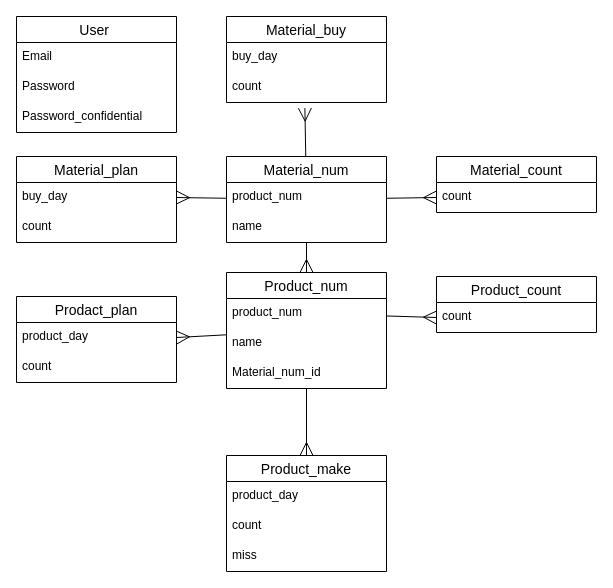
kohei0517/PMapp keeps this draw.io diagram as ER.dio. Above is the earlier version. Source tidied: cells renumbered, new cells numbered last; positions are measured from the earlier drawing's top-left corner, leaving out a move shared by most shapes. Both pictures are drawn from the tidied source at 100%, with x=0, y=0 at pixel (16, 16).
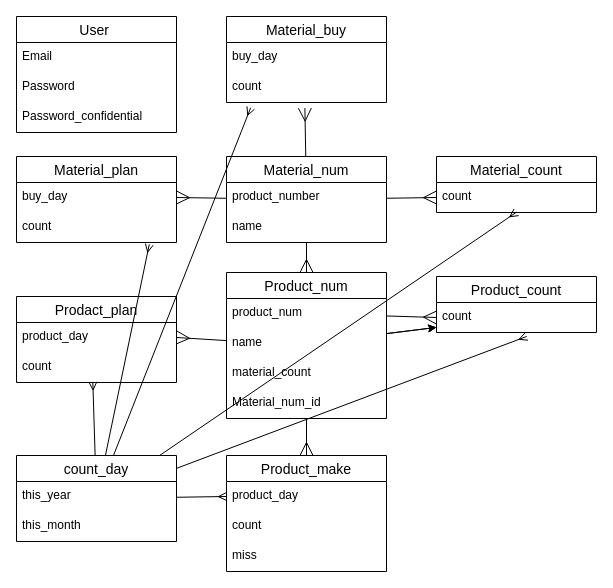
The same diagram, later.

Unchanged cells that the change refers to:
```xml
<mxCell id="8" value="count" style="text;strokeColor=none;fillColor=none;spacingLeft=4;spacingRight=4;overflow=hidden;points=[[0,0.5],[1,0.5]];portConstraint=eastwest;fontSize=12;" parent="6" vertex="1">
  <mxGeometry y="56" width="160" height="30" as="geometry" />
</mxCell>
<mxCell id="11" value="count" style="text;strokeColor=none;fillColor=none;spacingLeft=4;spacingRight=4;overflow=hidden;points=[[0,0.5],[1,0.5]];portConstraint=eastwest;fontSize=12;" parent="9" vertex="1">
  <mxGeometry y="56" width="160" height="30" as="geometry" />
</mxCell>
<mxCell id="16" value="Material_num" style="swimlane;fontStyle=0;horizontal=1;startSize=26;align=center;fontSize=14;" parent="1" vertex="1">
  <mxGeometry x="210" y="140" width="160" height="86" as="geometry" />
</mxCell>
<mxCell id="23" value="name" style="text;strokeColor=none;fillColor=none;spacingLeft=4;spacingRight=4;overflow=hidden;points=[[0,0.5],[1,0.5]];portConstraint=eastwest;fontSize=12;" parent="21" vertex="1">
  <mxGeometry y="56" width="160" height="30" as="geometry" />
</mxCell>
<mxCell id="26" value="count" style="text;strokeColor=none;fillColor=none;spacingLeft=4;spacingRight=4;overflow=hidden;points=[[0,0.5],[1,0.5]];portConstraint=eastwest;fontSize=12;" parent="25" vertex="1">
  <mxGeometry y="26" width="160" height="30" as="geometry" />
</mxCell>
<mxCell id="28" value="count" style="text;strokeColor=none;fillColor=none;spacingLeft=4;spacingRight=4;overflow=hidden;points=[[0,0.5],[1,0.5]];portConstraint=eastwest;fontSize=12;" parent="27" vertex="1">
  <mxGeometry y="26" width="160" height="30" as="geometry" />
</mxCell>
<mxCell id="32" value="count" style="text;strokeColor=none;fillColor=none;spacingLeft=4;spacingRight=4;overflow=hidden;points=[[0,0.5],[1,0.5]];portConstraint=eastwest;fontSize=12;" parent="30" vertex="1">
  <mxGeometry y="56" width="160" height="30" as="geometry" />
</mxCell>
<mxCell id="34" value="product_day" style="text;strokeColor=none;fillColor=none;spacingLeft=4;spacingRight=4;overflow=hidden;points=[[0,0.5],[1,0.5]];portConstraint=eastwest;fontSize=12;" parent="33" vertex="1">
  <mxGeometry y="26" width="160" height="30" as="geometry" />
</mxCell>
```

What changed in the source:
```diff
@@
-    <mxCell id="17" value="product_num" style="text;strokeColor=none;fillColor=none;spacingLeft=4;spacingRight=4;overflow=hidden;fontSize=12;" parent="16" vertex="1">
+    <mxCell id="17" value="product_number" style="text;strokeColor=none;fillColor=none;spacingLeft=4;spacingRight=4;overflow=hidden;fontSize=12;" parent="16" vertex="1">
       <mxGeometry y="26" width="160" height="30" as="geometry" />
     </mxCell>
@@
     <mxCell id="21" value="Product_num" style="swimlane;fontStyle=0;horizontal=1;startSize=26;align=center;fontSize=14;" parent="1" vertex="1">
-      <mxGeometry x="210" y="256" width="160" height="116" as="geometry" />
+      <mxGeometry x="210" y="256" width="160" height="146" as="geometry" />
     </mxCell>
@@
-    <mxCell id="24" value="Material_num_id" style="text;strokeColor=none;fillColor=none;spacingLeft=4;spacingRight=4;overflow=hidden;fontSize=12;" parent="21" vertex="1">
+    <mxCell id="24" value="material_count" style="text;strokeColor=none;fillColor=none;spacingLeft=4;spacingRight=4;overflow=hidden;fontSize=12;" parent="21" vertex="1">
       <mxGeometry y="86" width="160" height="30" as="geometry" />
     </mxCell>
+    <mxCell id="37" value="Material_num_id" style="text;strokeColor=none;fillColor=none;spacingLeft=4;spacingRight=4;overflow=hidden;fontSize=12;" parent="21" vertex="1">
+      <mxGeometry y="116" width="160" height="30" as="geometry" />
+    </mxCell>
@@
+    <mxCell id="38" style="edgeStyle=none;html=1;entryX=0.477;entryY=0.98;entryDx=0;entryDy=0;entryPerimeter=0;endArrow=ERmany;endFill=0;" parent="1" edge="1" source="44" target="11">
+      <mxGeometry relative="1" as="geometry" />
+    </mxCell>
+    <mxCell id="39" style="edgeStyle=none;html=1;entryX=0.83;entryY=1.06;entryDx=0;entryDy=0;entryPerimeter=0;endArrow=ERmany;endFill=0;" parent="1" edge="1" source="44" target="8">
+      <mxGeometry relative="1" as="geometry" />
+    </mxCell>
+    <mxCell id="40" style="edgeStyle=none;html=1;entryX=0.151;entryY=1.176;entryDx=0;entryDy=0;entryPerimeter=0;endArrow=ERmany;endFill=0;" parent="1" edge="1" source="44" target="32">
+      <mxGeometry relative="1" as="geometry" />
+    </mxCell>
+    <mxCell id="41" style="edgeStyle=none;html=1;entryX=0.499;entryY=0.993;entryDx=0;entryDy=0;entryPerimeter=0;endArrow=ERmany;endFill=0;" parent="1" edge="1" source="44" target="26">
+      <mxGeometry relative="1" as="geometry" />
+    </mxCell>
+    <mxCell id="42" style="edgeStyle=none;html=1;entryX=0.563;entryY=1.133;entryDx=0;entryDy=0;entryPerimeter=0;endArrow=ERmany;endFill=0;" parent="1" edge="1" source="44" target="28">
+      <mxGeometry relative="1" as="geometry" />
+    </mxCell>
+    <mxCell id="43" style="edgeStyle=none;html=1;entryX=0;entryY=0.5;entryDx=0;entryDy=0;endArrow=ERmany;endFill=0;" parent="1" edge="1" source="44" target="34">
+      <mxGeometry relative="1" as="geometry" />
+    </mxCell>
+    <mxCell id="44" value="count_day" style="swimlane;fontStyle=0;horizontal=1;startSize=26;align=center;fontSize=14;" parent="1" vertex="1">
+      <mxGeometry y="439" width="160" height="86" as="geometry" />
+    </mxCell>
+    <mxCell id="45" value="this_year" style="text;strokeColor=none;fillColor=none;spacingLeft=4;spacingRight=4;overflow=hidden;fontSize=12;" parent="44" vertex="1">
+      <mxGeometry y="26" width="160" height="30" as="geometry" />
+    </mxCell>
+    <mxCell id="46" value="this_month" style="text;strokeColor=none;fillColor=none;spacingLeft=4;spacingRight=4;overflow=hidden;fontSize=12;" parent="44" vertex="1">
+      <mxGeometry y="56" width="160" height="30" as="geometry" />
+    </mxCell>
+    <mxCell id="47" style="edgeStyle=none;html=1;" parent="1" edge="1" source="23" target="28">
+      <mxGeometry relative="1" as="geometry" />
+    </mxCell>
+    <mxCell id="48" style="edgeStyle=none;html=1;" parent="1" edge="1" source="23" target="28">
+      <mxGeometry relative="1" as="geometry" />
+    </mxCell>
```
